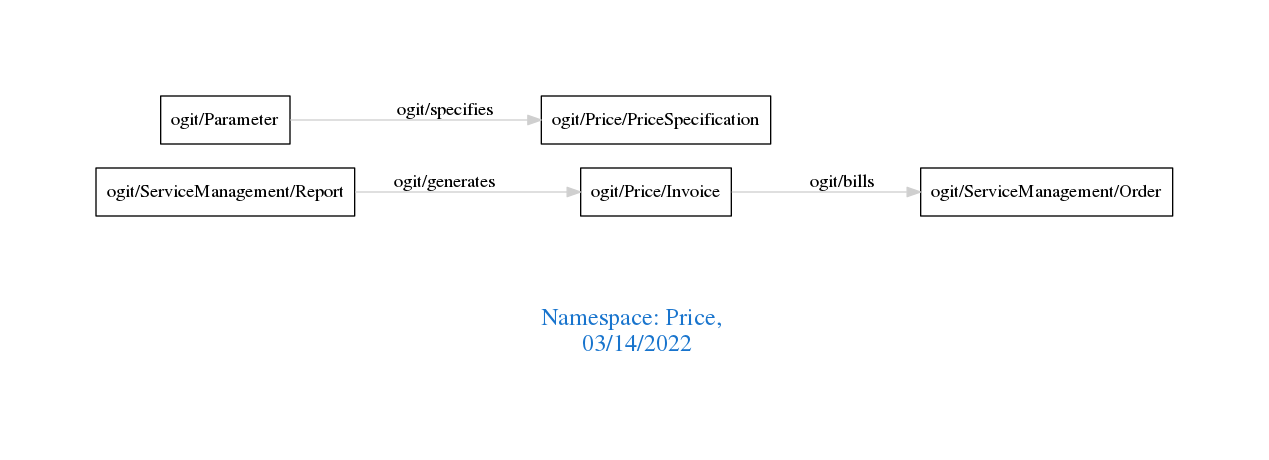
Above: downloads/Price.png in arago/OGIT (Graphviz), before the change. Its source is kept beside it as downloads/Price.dot.
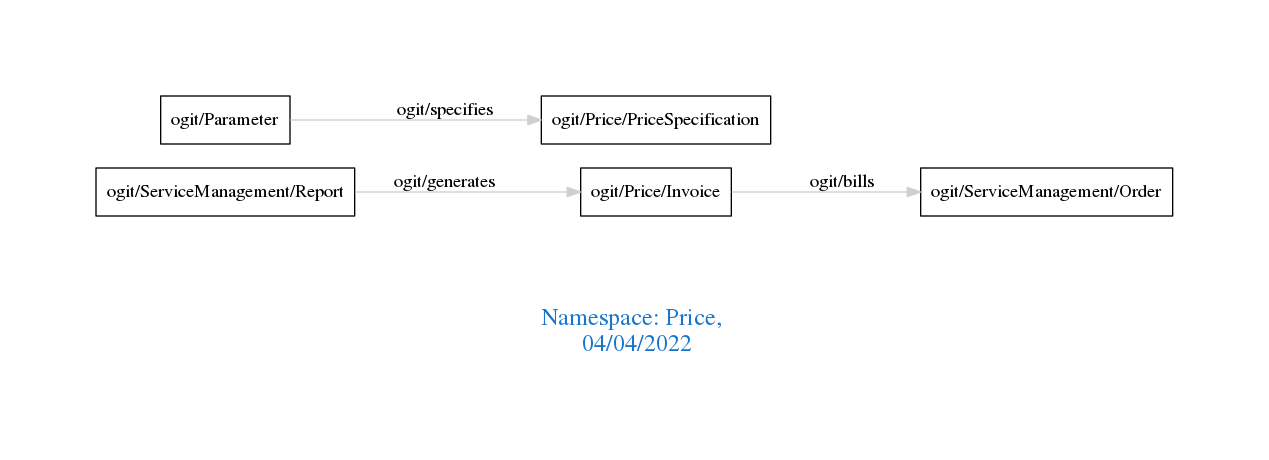
After the commit.

Diff of the diagram source:
```diff
@@ -1,7 +1,7 @@
 digraph OGIT_ontology {
  graph [ rankdir= LR,pad=1
 fontsize = 18,
-fontcolor= dodgerblue3,label = "\n\n\nNamespace: Price, \n 03/14/2022"];
+fontcolor= dodgerblue3,label = "\n\n\nNamespace: Price, \n 04/04/2022"];
 node[shape=polygon];
 edge [  color="gray81"];
 
```
